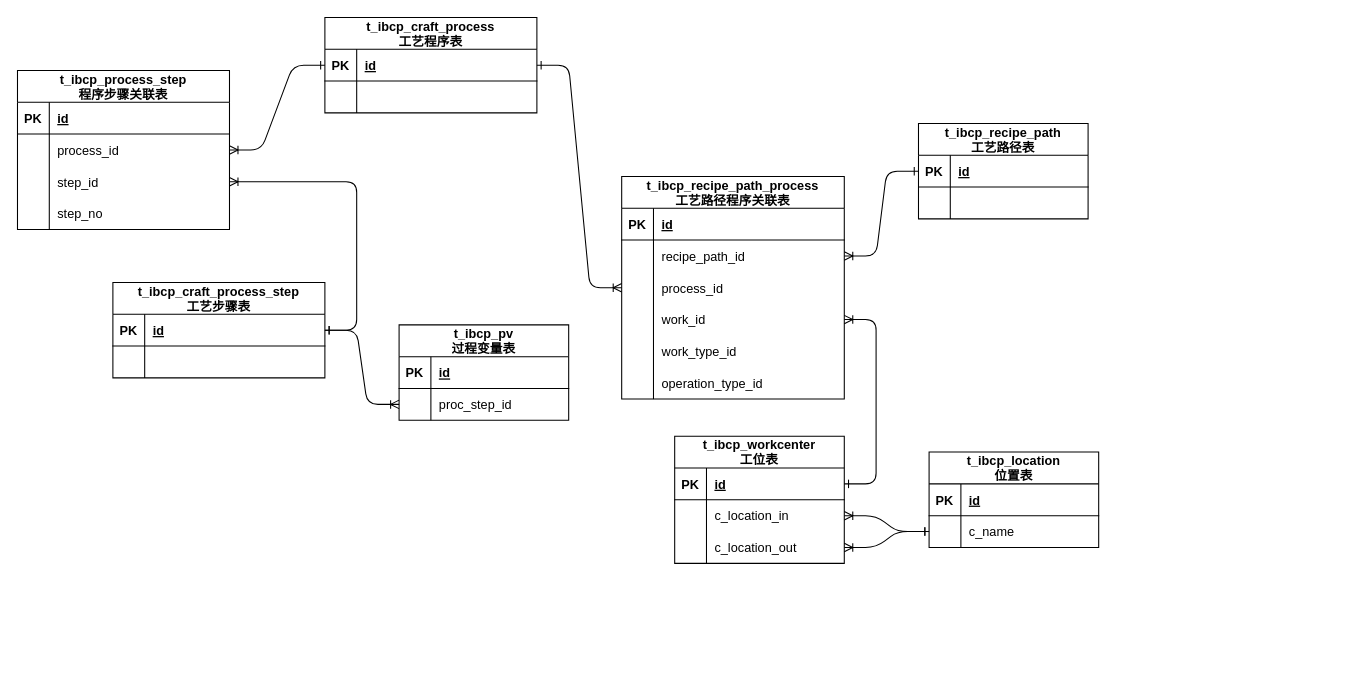
The draw.io diagram page "步骤,pv,程序,工位,路径配置" (3 of 10) of mes/db.drawio in FreshCabbage666/drawio, before the edit. Source tidied: cells renumbered, new cells numbered last; positions are measured from the earlier drawing's top-left corner, leaving out a move shared by most shapes. Both pictures are drawn from the tidied source at 106%, with x=0, y=0 at pixel (17, 17).
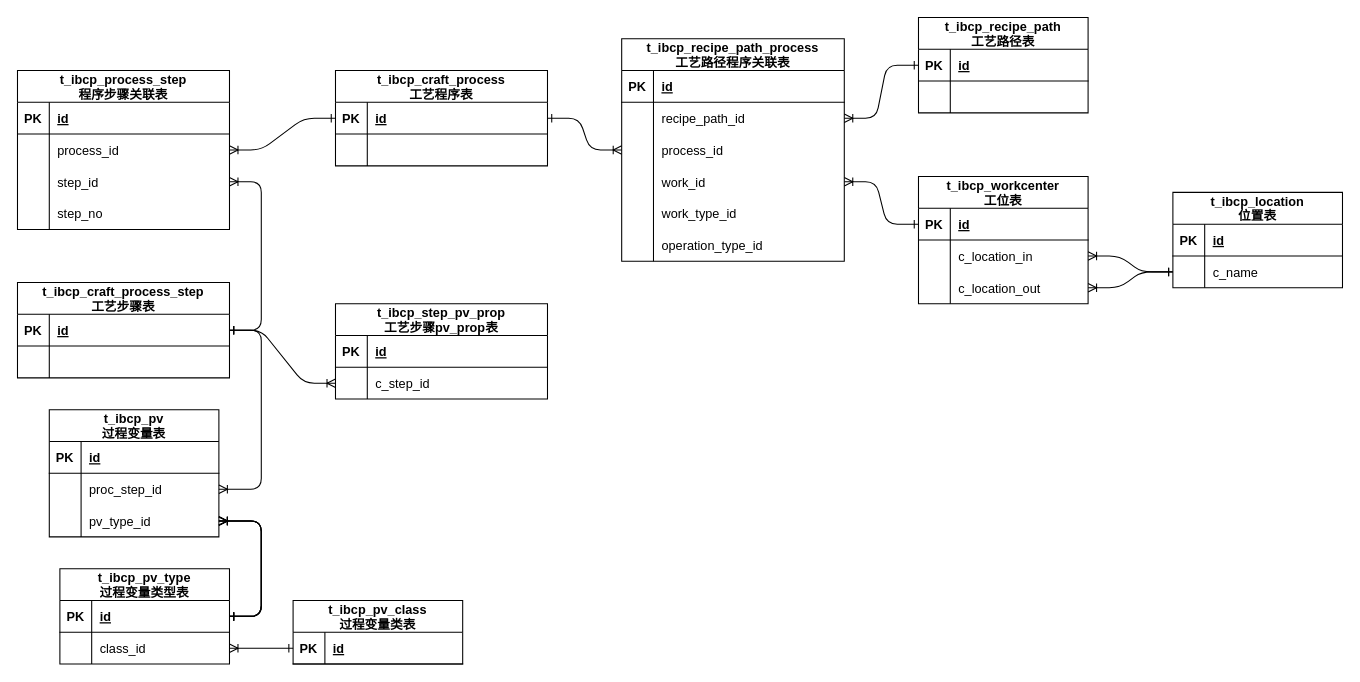
The same diagram, later.

Unchanged cells that the change refers to:
```xml
<mxCell id="10" style="shape=partialRectangle;fillColor=none;points=[[0,0.5],[1,0.5]];portConstraint=eastwest;top=0;left=0;right=0;bottom=1;" parent="9" vertex="1">
  <mxGeometry y="30" width="200" height="30" as="geometry" />
</mxCell>
```

The edit, as a diff of the source:
```diff
@@
     <mxCell id="2" value="t_ibcp_pv&#10;过程变量表" style="shape=table;startSize=30;childLayout=tableLayout;rowLines=0;fontStyle=1;align=center;" parent="1" vertex="1">
-      <mxGeometry x="360" y="290" width="160" height="90" as="geometry" />
+      <mxGeometry x="30" y="370" width="160" height="120" as="geometry" />
     </mxCell>
@@
+    <mxCell id="87" style="shape=partialRectangle;fillColor=none;points=[[0,0.5],[1,0.5]];portConstraint=eastwest;top=0;left=0;right=0;bottom=0;" parent="2" vertex="1">
+      <mxGeometry y="90" width="160" height="30" as="geometry" />
+    </mxCell>
+    <mxCell id="88" style="shape=partialRectangle;overflow=hidden;fillColor=none;top=0;left=0;bottom=0;right=0;" parent="87" vertex="1">
+      <mxGeometry width="30" height="30" as="geometry" />
+    </mxCell>
+    <mxCell id="89" value="pv_type_id" style="shape=partialRectangle;overflow=hidden;fillColor=none;top=0;left=0;bottom=0;right=0;align=left;spacingLeft=6;" parent="87" vertex="1">
+      <mxGeometry x="30" width="130" height="30" as="geometry" />
+    </mxCell>
     <mxCell id="9" value="t_ibcp_craft_process_step&#10;工艺步骤表" style="shape=table;startSize=30;childLayout=tableLayout;rowLines=0;fontStyle=1;align=center;" parent="1" vertex="1">
-      <mxGeometry x="90" y="250" width="200" height="90" as="geometry" />
+      <mxGeometry y="250" width="200" height="90" as="geometry" />
     </mxCell>
@@
     <mxCell id="17" value="t_ibcp_craft_process&#10;工艺程序表" style="shape=table;startSize=30;childLayout=tableLayout;rowLines=0;fontStyle=1;align=center;" parent="1" vertex="1">
-      <mxGeometry x="290" width="200" height="90" as="geometry" />
+      <mxGeometry x="300" y="50" width="200" height="90" as="geometry" />
     </mxCell>
@@
     <mxCell id="39" value="t_ibcp_location&#10;位置表" style="shape=table;startSize=30;childLayout=tableLayout;rowLines=0;fontStyle=1;align=center;" parent="1" vertex="1">
-      <mxGeometry x="860" y="410" width="160" height="90" as="geometry" />
+      <mxGeometry x="1090" y="165" width="160" height="90" as="geometry" />
     </mxCell>
@@
     <mxCell id="46" value="t_ibcp_workcenter&#10;工位表" style="shape=table;startSize=30;childLayout=tableLayout;rowLines=0;fontStyle=1;align=center;" parent="1" vertex="1">
-      <mxGeometry x="620" y="395" width="160" height="120" as="geometry" />
+      <mxGeometry x="850" y="150" width="160" height="120" as="geometry" />
     </mxCell>
@@
     <mxCell id="58" value="t_ibcp_recipe_path&#10;工艺路径表" style="shape=table;startSize=30;childLayout=tableLayout;rowLines=0;fontStyle=1;align=center;" parent="1" vertex="1">
-      <mxGeometry x="850" y="100" width="160" height="90" as="geometry" />
+      <mxGeometry x="850" width="160" height="90" as="geometry" />
     </mxCell>
@@
     <mxCell id="68" value="t_ibcp_recipe_path_process&#10;工艺路径程序关联表" style="shape=table;startSize=30;childLayout=tableLayout;rowLines=0;fontStyle=1;align=center;" parent="1" vertex="1">
-      <mxGeometry x="570" y="150" width="210" height="210" as="geometry" />
+      <mxGeometry x="570" y="20" width="210" height="210" as="geometry" />
     </mxCell>
@@
+    <mxCell id="90" value="t_ibcp_pv_type&#10;过程变量类型表" style="shape=table;startSize=30;childLayout=tableLayout;rowLines=0;fontStyle=1;align=center;" parent="1" vertex="1">
+      <mxGeometry x="40" y="520" width="160" height="90" as="geometry" />
+    </mxCell>
+    <mxCell id="91" style="shape=partialRectangle;fillColor=none;points=[[0,0.5],[1,0.5]];portConstraint=eastwest;top=0;left=0;right=0;bottom=1;" parent="90" vertex="1">
+      <mxGeometry y="30" width="160" height="30" as="geometry" />
+    </mxCell>
+    <mxCell id="92" value="PK" style="shape=partialRectangle;overflow=hidden;fillColor=none;top=0;left=0;bottom=0;right=0;fontStyle=1;" parent="91" vertex="1">
+      <mxGeometry width="30" height="30" as="geometry" />
+    </mxCell>
+    <mxCell id="93" value="id" style="shape=partialRectangle;overflow=hidden;fillColor=none;top=0;left=0;bottom=0;right=0;align=left;spacingLeft=6;fontStyle=5;" parent="91" vertex="1">
+      <mxGeometry x="30" width="130" height="30" as="geometry" />
+    </mxCell>
+    <mxCell id="94" style="shape=partialRectangle;fillColor=none;points=[[0,0.5],[1,0.5]];portConstraint=eastwest;top=0;left=0;right=0;bottom=0;" parent="90" vertex="1">
+      <mxGeometry y="60" width="160" height="30" as="geometry" />
+    </mxCell>
+    <mxCell id="95" style="shape=partialRectangle;overflow=hidden;fillColor=none;top=0;left=0;bottom=0;right=0;" parent="94" vertex="1">
+      <mxGeometry width="30" height="30" as="geometry" />
+    </mxCell>
+    <mxCell id="96" value="class_id" style="shape=partialRectangle;overflow=hidden;fillColor=none;top=0;left=0;bottom=0;right=0;align=left;spacingLeft=6;" parent="94" vertex="1">
+      <mxGeometry x="30" width="130" height="30" as="geometry" />
+    </mxCell>
+    <mxCell id="97" style="edgeStyle=entityRelationEdgeStyle;endArrow=ERoneToMany;startArrow=ERone;endFill=0;startFill=0;" parent="1" edge="1" source="91" target="87">
+      <mxGeometry relative="1" as="geometry" />
+    </mxCell>
+    <mxCell id="98" value="t_ibcp_pv_class&#10;过程变量类表" style="shape=table;startSize=30;childLayout=tableLayout;rowLines=0;fontStyle=1;align=center;" parent="1" vertex="1">
+      <mxGeometry x="260" y="550" width="160" height="60" as="geometry" />
+    </mxCell>
+    <mxCell id="99" style="shape=partialRectangle;fillColor=none;points=[[0,0.5],[1,0.5]];portConstraint=eastwest;top=0;left=0;right=0;bottom=1;" parent="98" vertex="1">
+      <mxGeometry y="30" width="160" height="30" as="geometry" />
+    </mxCell>
+    <mxCell id="100" value="PK" style="shape=partialRectangle;overflow=hidden;fillColor=none;top=0;left=0;bottom=0;right=0;fontStyle=1;" parent="99" vertex="1">
+      <mxGeometry width="30" height="30" as="geometry" />
+    </mxCell>
+    <mxCell id="101" value="id" style="shape=partialRectangle;overflow=hidden;fillColor=none;top=0;left=0;bottom=0;right=0;align=left;spacingLeft=6;fontStyle=5;" parent="99" vertex="1">
+      <mxGeometry x="30" width="130" height="30" as="geometry" />
+    </mxCell>
+    <mxCell id="102" style="edgeStyle=entityRelationEdgeStyle;endArrow=ERoneToMany;startArrow=ERone;endFill=0;startFill=0;" parent="1" edge="1" source="91" target="87">
+      <mxGeometry relative="1" as="geometry">
+        <Array as="points">
+          <mxPoint x="380" y="570" />
+        </Array>
+      </mxGeometry>
+    </mxCell>
+    <mxCell id="103" style="edgeStyle=entityRelationEdgeStyle;endArrow=ERoneToMany;startArrow=ERone;endFill=0;startFill=0;" parent="1" edge="1" source="91" target="87">
+      <mxGeometry relative="1" as="geometry">
+        <Array as="points">
+          <mxPoint x="380" y="570" />
+          <mxPoint x="330" y="570" />
+        </Array>
+      </mxGeometry>
+    </mxCell>
+    <mxCell id="104" style="edgeStyle=entityRelationEdgeStyle;endArrow=ERoneToMany;startArrow=ERone;endFill=0;startFill=0;" parent="1" edge="1" source="91" target="87">
+      <mxGeometry relative="1" as="geometry">
+        <Array as="points">
+          <mxPoint x="380" y="570" />
+          <mxPoint x="260" y="550" />
+          <mxPoint x="330" y="570" />
+        </Array>
+      </mxGeometry>
+    </mxCell>
+    <mxCell id="105" style="edgeStyle=entityRelationEdgeStyle;endArrow=ERoneToMany;startArrow=ERone;endFill=0;startFill=0;" parent="1" edge="1" source="99" target="94">
+      <mxGeometry relative="1" as="geometry">
+        <Array as="points">
+          <mxPoint x="540" y="665" />
+          <mxPoint x="410" y="490" />
+          <mxPoint x="380" y="500" />
+          <mxPoint x="420" y="645" />
+          <mxPoint x="490" y="665" />
+        </Array>
+      </mxGeometry>
+    </mxCell>
+    <mxCell id="106" value="t_ibcp_step_pv_prop&#10;工艺步骤pv_prop表" style="shape=table;startSize=30;childLayout=tableLayout;rowLines=0;fontStyle=1;align=center;" parent="1" vertex="1">
+      <mxGeometry x="300" y="270" width="200" height="90" as="geometry" />
+    </mxCell>
+    <mxCell id="107" style="shape=partialRectangle;fillColor=none;top=0;left=0;right=0;bottom=1;" parent="106" vertex="1">
+      <mxGeometry y="30" width="200" height="30" as="geometry" />
+    </mxCell>
+    <mxCell id="108" value="PK" style="shape=partialRectangle;overflow=hidden;fillColor=none;top=0;left=0;bottom=0;right=0;fontStyle=1;" parent="107" vertex="1">
+      <mxGeometry width="30" height="30" as="geometry" />
+    </mxCell>
+    <mxCell id="109" value="id" style="shape=partialRectangle;overflow=hidden;fillColor=none;top=0;left=0;bottom=0;right=0;align=left;spacingLeft=6;fontStyle=5;" parent="107" vertex="1">
+      <mxGeometry x="30" width="170" height="30" as="geometry" />
+    </mxCell>
+    <mxCell id="110" style="shape=partialRectangle;fillColor=none;points=[[0,0.5],[1,0.5]];portConstraint=eastwest;top=0;left=0;right=0;bottom=0;" parent="106" vertex="1">
+      <mxGeometry y="60" width="200" height="30" as="geometry" />
+    </mxCell>
+    <mxCell id="111" style="shape=partialRectangle;overflow=hidden;fillColor=none;top=0;left=0;bottom=0;right=0;" parent="110" vertex="1">
+      <mxGeometry width="30" height="30" as="geometry" />
+    </mxCell>
+    <mxCell id="112" value="c_step_id" style="shape=partialRectangle;overflow=hidden;fillColor=none;top=0;left=0;bottom=0;right=0;align=left;spacingLeft=6;" parent="110" vertex="1">
+      <mxGeometry x="30" width="170" height="30" as="geometry" />
+    </mxCell>
+    <mxCell id="113" style="edgeStyle=entityRelationEdgeStyle;endArrow=ERoneToMany;startArrow=ERone;endFill=0;startFill=0;" parent="1" edge="1" source="10" target="110">
+      <mxGeometry relative="1" as="geometry" />
+    </mxCell>
```
